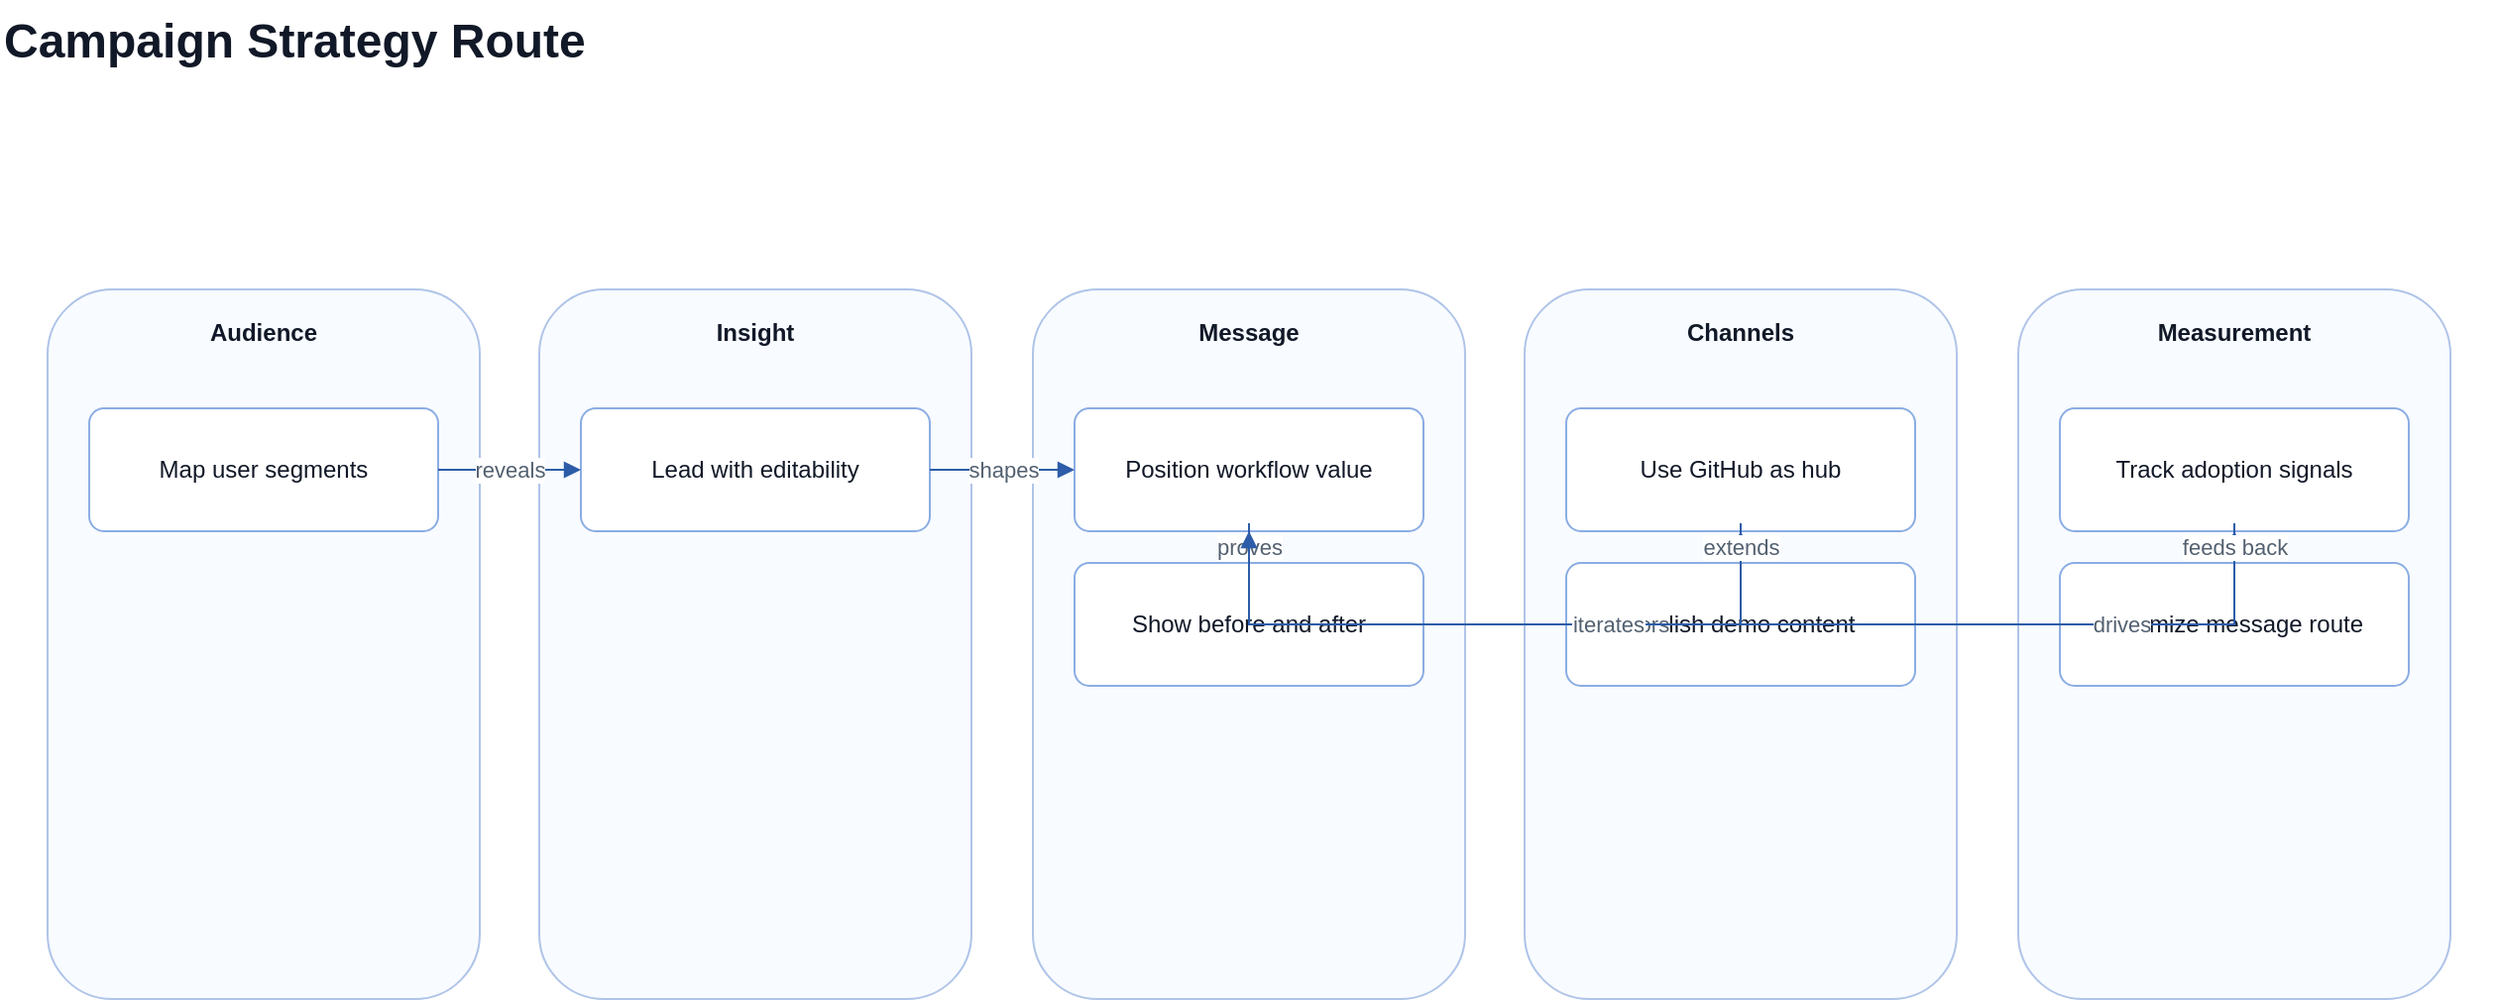
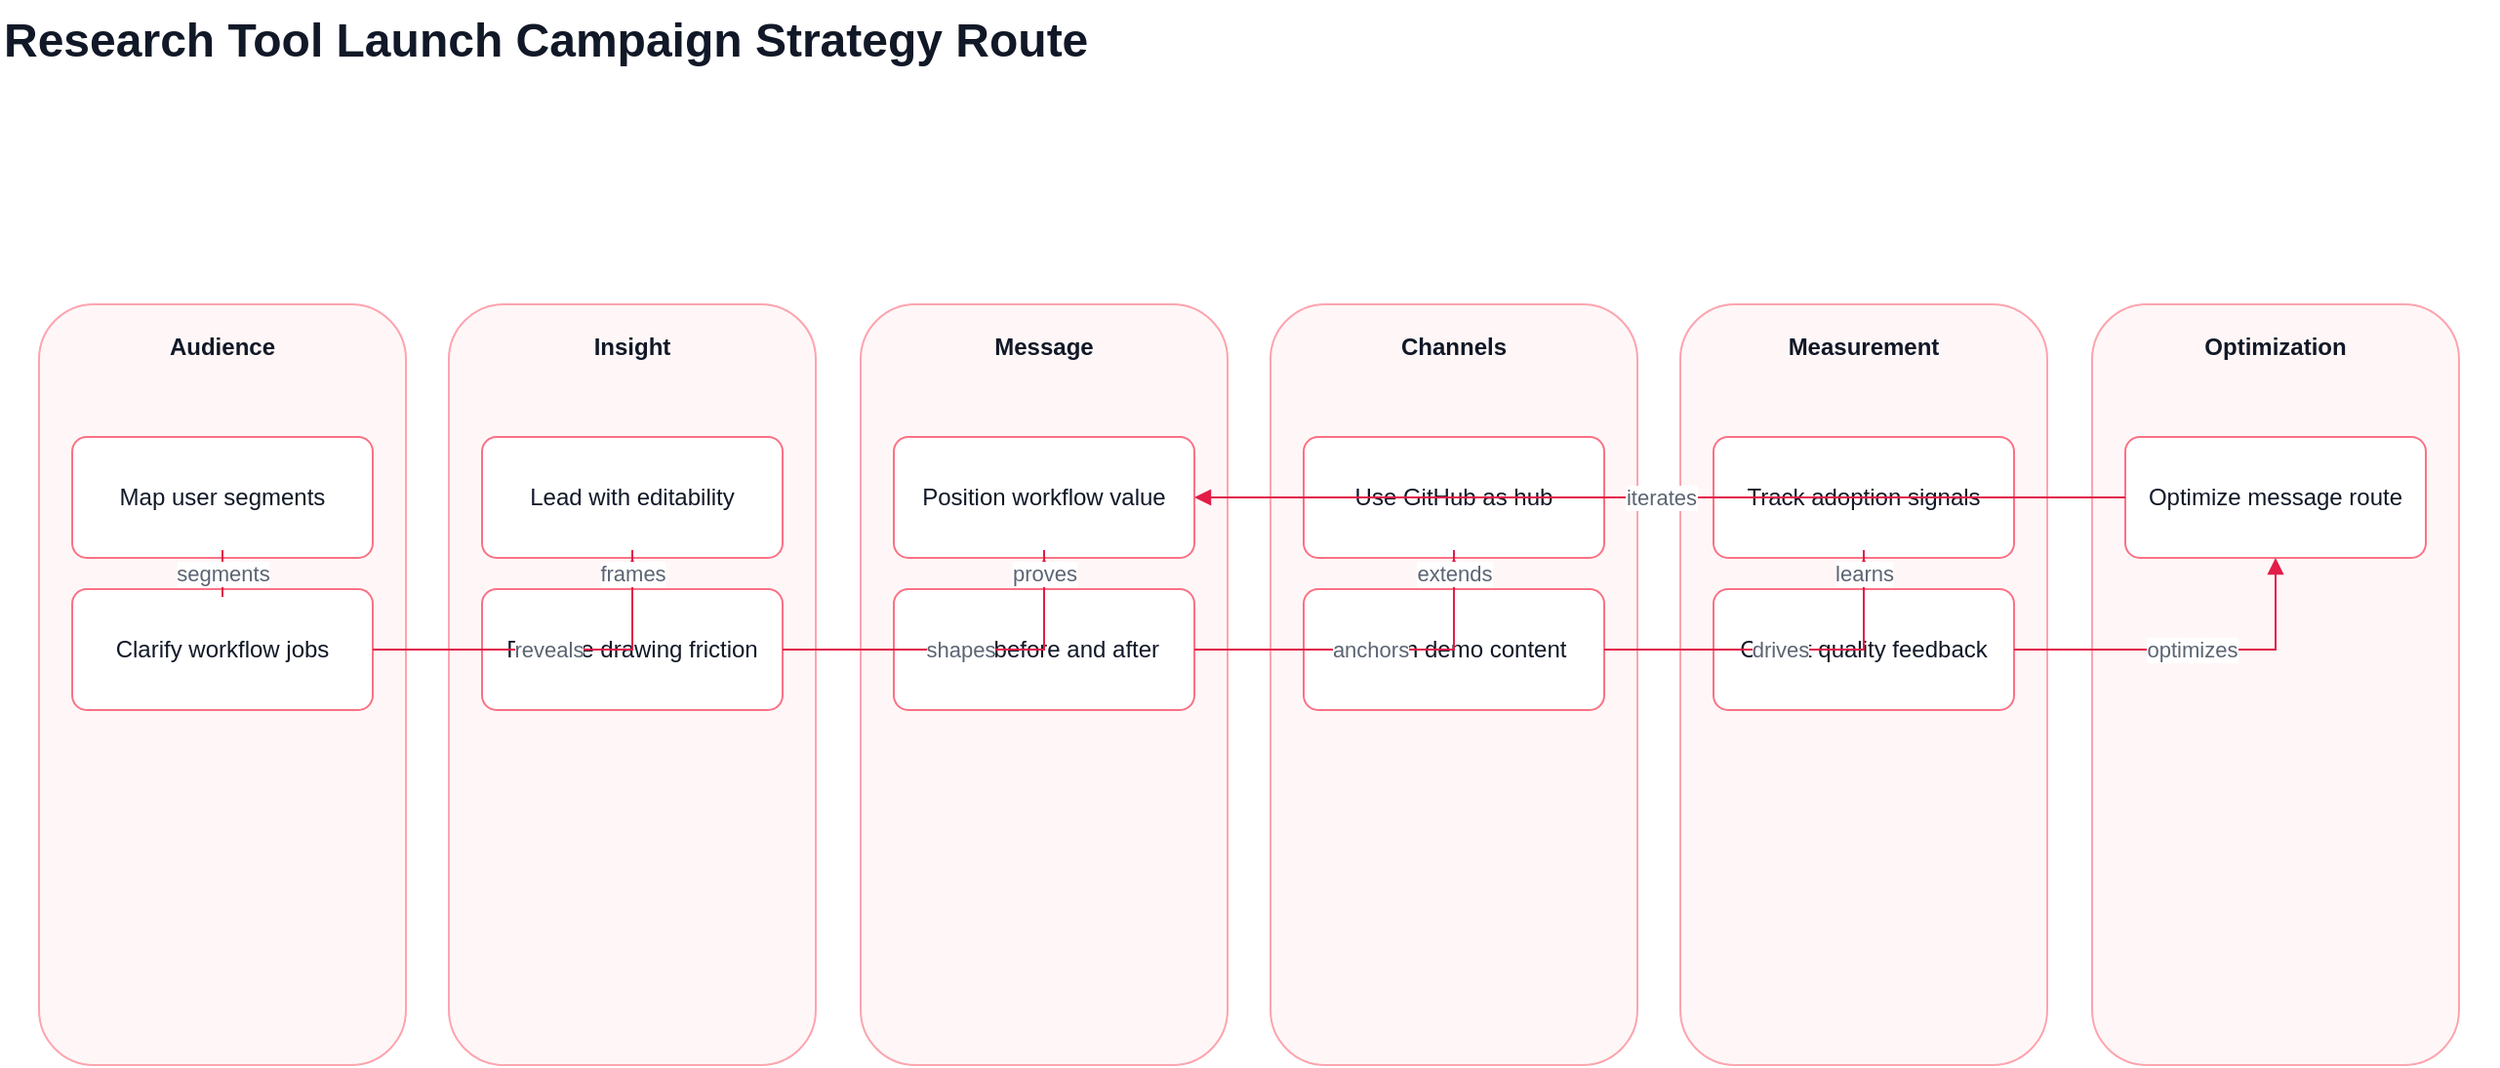
<mxfile host="app.diagrams.net" modified="2026-06-19T00:00:00.000Z" agent="tech-route-maker" version="24.7.8">
<diagram id="tech-route" name="Tech Route">
<mxGraphModel dx="1200" dy="800" grid="1" gridSize="10" guides="1" tooltips="1" connect="1" arrows="1" fold="1" page="1" pageScale="1" pageWidth="1600" pageHeight="900" math="0" shadow="0">
<root>
<mxCell id="0"/>
<mxCell id="1" parent="0"/>
- <mxCell id="title" value="Campaign Strategy Route" style="text;html=1;strokeColor=none;fillColor=none;fontSize=24;fontStyle=1;fontColor=#111827;" vertex="1" parent="1"><mxGeometry x="40" y="20" width="1260" height="40" as="geometry"/></mxCell>
- <mxCell id="stage_audience" value="Audience" style="rounded=1;whiteSpace=wrap;html=1;fillColor=#F8FBFF;strokeColor=#AFC4E8;fontColor=#111827;fontStyle=1;verticalAlign=top;spacingTop=8;" vertex="1" parent="1"><mxGeometry x="64" y="166" width="218" height="358" as="geometry"/></mxCell>
- <mxCell id="stage_insight" value="Insight" style="rounded=1;whiteSpace=wrap;html=1;fillColor=#F8FBFF;strokeColor=#AFC4E8;fontColor=#111827;fontStyle=1;verticalAlign=top;spacingTop=8;" vertex="1" parent="1"><mxGeometry x="312" y="166" width="218" height="358" as="geometry"/></mxCell>
- <mxCell id="stage_message" value="Message" style="rounded=1;whiteSpace=wrap;html=1;fillColor=#F8FBFF;strokeColor=#AFC4E8;fontColor=#111827;fontStyle=1;verticalAlign=top;spacingTop=8;" vertex="1" parent="1"><mxGeometry x="561" y="166" width="218" height="358" as="geometry"/></mxCell>
- <mxCell id="stage_channels" value="Channels" style="rounded=1;whiteSpace=wrap;html=1;fillColor=#F8FBFF;strokeColor=#AFC4E8;fontColor=#111827;fontStyle=1;verticalAlign=top;spacingTop=8;" vertex="1" parent="1"><mxGeometry x="809" y="166" width="218" height="358" as="geometry"/></mxCell>
- <mxCell id="stage_measurement" value="Measurement" style="rounded=1;whiteSpace=wrap;html=1;fillColor=#F8FBFF;strokeColor=#AFC4E8;fontColor=#111827;fontStyle=1;verticalAlign=top;spacingTop=8;" vertex="1" parent="1"><mxGeometry x="1058" y="166" width="218" height="358" as="geometry"/></mxCell>
- <mxCell id="audience_segments" value="Map user segments" tooltip="Target graduate students, lab managers, and academic teams with different workflow needs." style="rounded=1;whiteSpace=wrap;html=1;fillColor=#FFFFFF;strokeColor=#8BADE3;fontColor=#111827;arcSize=12;" vertex="1" parent="1"><mxGeometry x="85" y="226" width="176" height="62" as="geometry"/></mxCell>
- <mxCell id="insight_editable" value="Lead with editability" tooltip="Users trust outputs more when visuals remain editable and evidence-linked." style="rounded=1;whiteSpace=wrap;html=1;fillColor=#FFFFFF;strokeColor=#8BADE3;fontColor=#111827;arcSize=12;" vertex="1" parent="1"><mxGeometry x="333" y="226" width="176" height="62" as="geometry"/></mxCell>
- <mxCell id="message_positioning" value="Position workflow value" tooltip="Frame the product as agent-assisted source-to-editable-diagram workflow." style="rounded=1;whiteSpace=wrap;html=1;fillColor=#FFFFFF;strokeColor=#8BADE3;fontColor=#111827;arcSize=12;" vertex="1" parent="1"><mxGeometry x="582" y="226" width="176" height="62" as="geometry"/></mxCell>
- <mxCell id="message_proof" value="Show before and after" tooltip="Use problem hook, evidence-first promise, demo output, and use-case proof." style="rounded=1;whiteSpace=wrap;html=1;fillColor=#FFFFFF;strokeColor=#8BADE3;fontColor=#111827;arcSize=12;" vertex="1" parent="1"><mxGeometry x="582" y="304" width="176" height="62" as="geometry"/></mxCell>
- <mxCell id="channels_github" value="Use GitHub as hub" tooltip="Anchor the campaign in the README, examples, templates, and visible demo outputs." style="rounded=1;whiteSpace=wrap;html=1;fillColor=#FFFFFF;strokeColor=#8BADE3;fontColor=#111827;arcSize=12;" vertex="1" parent="1"><mxGeometry x="830" y="226" width="176" height="62" as="geometry"/></mxCell>
- <mxCell id="channels_content" value="Publish demo content" tooltip="Share short video, social posts, lab demo deck, and community templates." style="rounded=1;whiteSpace=wrap;html=1;fillColor=#FFFFFF;strokeColor=#8BADE3;fontColor=#111827;arcSize=12;" vertex="1" parent="1"><mxGeometry x="830" y="304" width="176" height="62" as="geometry"/></mxCell>
- <mxCell id="measurement_metrics" value="Track adoption signals" tooltip="Measure GitHub stars, demo runs, template downloads, issue feedback, and trials." style="rounded=1;whiteSpace=wrap;html=1;fillColor=#FFFFFF;strokeColor=#8BADE3;fontColor=#111827;arcSize=12;" vertex="1" parent="1"><mxGeometry x="1079" y="226" width="176" height="62" as="geometry"/></mxCell>
- <mxCell id="measurement_optimize" value="Optimize message route" tooltip="Refine messaging based on drop-off, issue themes, and output-quality feedback." style="rounded=1;whiteSpace=wrap;html=1;fillColor=#FFFFFF;strokeColor=#8BADE3;fontColor=#111827;arcSize=12;" vertex="1" parent="1"><mxGeometry x="1079" y="304" width="176" height="62" as="geometry"/></mxCell>
- <mxCell id="edge_1" value="reveals" style="edgeStyle=orthogonalEdgeStyle;rounded=0;orthogonalLoop=1;jettySize=auto;html=1;endArrow=block;endFill=1;strokeColor=#2D5CA8;fontColor=#526070;" edge="1" parent="1" source="audience_segments" target="insight_editable"><mxGeometry relative="1" as="geometry"/></mxCell>
- <mxCell id="edge_2" value="shapes" style="edgeStyle=orthogonalEdgeStyle;rounded=0;orthogonalLoop=1;jettySize=auto;html=1;endArrow=block;endFill=1;strokeColor=#2D5CA8;fontColor=#526070;" edge="1" parent="1" source="insight_editable" target="message_positioning"><mxGeometry relative="1" as="geometry"/></mxCell>
- <mxCell id="edge_3" value="proves" style="edgeStyle=orthogonalEdgeStyle;rounded=0;orthogonalLoop=1;jettySize=auto;html=1;endArrow=block;endFill=1;strokeColor=#2D5CA8;fontColor=#526070;" edge="1" parent="1" source="message_positioning" target="message_proof"><mxGeometry relative="1" as="geometry"/></mxCell>
- <mxCell id="edge_4" value="anchors" style="edgeStyle=orthogonalEdgeStyle;rounded=0;orthogonalLoop=1;jettySize=auto;html=1;endArrow=block;endFill=1;strokeColor=#2D5CA8;fontColor=#526070;" edge="1" parent="1" source="message_proof" target="channels_github"><mxGeometry relative="1" as="geometry"/></mxCell>
- <mxCell id="edge_5" value="extends" style="edgeStyle=orthogonalEdgeStyle;rounded=0;orthogonalLoop=1;jettySize=auto;html=1;endArrow=block;endFill=1;strokeColor=#2D5CA8;fontColor=#526070;" edge="1" parent="1" source="channels_github" target="channels_content"><mxGeometry relative="1" as="geometry"/></mxCell>
- <mxCell id="edge_6" value="drives" style="edgeStyle=orthogonalEdgeStyle;rounded=0;orthogonalLoop=1;jettySize=auto;html=1;endArrow=block;endFill=1;strokeColor=#2D5CA8;fontColor=#526070;" edge="1" parent="1" source="channels_content" target="measurement_metrics"><mxGeometry relative="1" as="geometry"/></mxCell>
- <mxCell id="edge_7" value="feeds back" style="edgeStyle=orthogonalEdgeStyle;rounded=0;orthogonalLoop=1;jettySize=auto;html=1;endArrow=block;endFill=1;strokeColor=#2D5CA8;fontColor=#526070;" edge="1" parent="1" source="measurement_metrics" target="measurement_optimize"><mxGeometry relative="1" as="geometry"/></mxCell>
- <mxCell id="edge_8" value="iterates" style="edgeStyle=orthogonalEdgeStyle;rounded=0;orthogonalLoop=1;jettySize=auto;html=1;endArrow=block;endFill=1;strokeColor=#2D5CA8;fontColor=#526070;" edge="1" parent="1" source="measurement_optimize" target="message_positioning"><mxGeometry relative="1" as="geometry"/></mxCell>
+ <mxCell id="title" value="Research Tool Launch Campaign Strategy Route" style="text;html=1;strokeColor=none;fillColor=none;fontSize=24;fontStyle=1;fontColor=#111827;" vertex="1" parent="1"><mxGeometry x="40" y="20" width="1280" height="40" as="geometry"/></mxCell>
+ <mxCell id="stage_audience" value="Audience" style="rounded=1;whiteSpace=wrap;html=1;fillColor=#FFF7F7;strokeColor=#FDA4AF;fontColor=#111827;fontStyle=1;verticalAlign=top;spacingTop=8;" vertex="1" parent="1"><mxGeometry x="60" y="176" width="188" height="390" as="geometry"/></mxCell>
+ <mxCell id="stage_insight" value="Insight" style="rounded=1;whiteSpace=wrap;html=1;fillColor=#FFF7F7;strokeColor=#FDA4AF;fontColor=#111827;fontStyle=1;verticalAlign=top;spacingTop=8;" vertex="1" parent="1"><mxGeometry x="270" y="176" width="188" height="390" as="geometry"/></mxCell>
+ <mxCell id="stage_message" value="Message" style="rounded=1;whiteSpace=wrap;html=1;fillColor=#FFF7F7;strokeColor=#FDA4AF;fontColor=#111827;fontStyle=1;verticalAlign=top;spacingTop=8;" vertex="1" parent="1"><mxGeometry x="481" y="176" width="188" height="390" as="geometry"/></mxCell>
+ <mxCell id="stage_channels" value="Channels" style="rounded=1;whiteSpace=wrap;html=1;fillColor=#FFF7F7;strokeColor=#FDA4AF;fontColor=#111827;fontStyle=1;verticalAlign=top;spacingTop=8;" vertex="1" parent="1"><mxGeometry x="691" y="176" width="188" height="390" as="geometry"/></mxCell>
+ <mxCell id="stage_measurement" value="Measurement" style="rounded=1;whiteSpace=wrap;html=1;fillColor=#FFF7F7;strokeColor=#FDA4AF;fontColor=#111827;fontStyle=1;verticalAlign=top;spacingTop=8;" vertex="1" parent="1"><mxGeometry x="901" y="176" width="188" height="390" as="geometry"/></mxCell>
+ <mxCell id="stage_optimization" value="Optimization" style="rounded=1;whiteSpace=wrap;html=1;fillColor=#FFF7F7;strokeColor=#FDA4AF;fontColor=#111827;fontStyle=1;verticalAlign=top;spacingTop=8;" vertex="1" parent="1"><mxGeometry x="1112" y="176" width="188" height="390" as="geometry"/></mxCell>
+ <mxCell id="audience_segments" value="Map user segments" tooltip="Target graduate students, lab managers, and academic teams with different workflow needs." style="rounded=1;whiteSpace=wrap;html=1;fillColor=#FFFFFF;strokeColor=#FB7185;fontColor=#111827;arcSize=12;" vertex="1" parent="1"><mxGeometry x="77" y="244" width="154" height="62" as="geometry"/></mxCell>
+ <mxCell id="audience_jobs" value="Clarify workflow jobs" tooltip="Separate paper figures, proposal routes, and team reporting needs." style="rounded=1;whiteSpace=wrap;html=1;fillColor=#FFFFFF;strokeColor=#FB7185;fontColor=#111827;arcSize=12;" vertex="1" parent="1"><mxGeometry x="77" y="322" width="154" height="62" as="geometry"/></mxCell>
+ <mxCell id="insight_editable" value="Lead with editability" tooltip="Users trust outputs more when visuals remain editable and evidence-linked." style="rounded=1;whiteSpace=wrap;html=1;fillColor=#FFFFFF;strokeColor=#FB7185;fontColor=#111827;arcSize=12;" vertex="1" parent="1"><mxGeometry x="287" y="244" width="154" height="62" as="geometry"/></mxCell>
+ <mxCell id="insight_friction" value="Remove drawing friction" tooltip="Show how source material becomes a usable route without manual redrawing." style="rounded=1;whiteSpace=wrap;html=1;fillColor=#FFFFFF;strokeColor=#FB7185;fontColor=#111827;arcSize=12;" vertex="1" parent="1"><mxGeometry x="287" y="322" width="154" height="62" as="geometry"/></mxCell>
+ <mxCell id="message_positioning" value="Position workflow value" tooltip="Frame the product as source-to-editable-diagram workflow." style="rounded=1;whiteSpace=wrap;html=1;fillColor=#FFFFFF;strokeColor=#FB7185;fontColor=#111827;arcSize=12;" vertex="1" parent="1"><mxGeometry x="498" y="244" width="154" height="62" as="geometry"/></mxCell>
+ <mxCell id="message_proof" value="Show before and after" tooltip="Use problem hook, evidence-first promise, demo output, and use-case proof." style="rounded=1;whiteSpace=wrap;html=1;fillColor=#FFFFFF;strokeColor=#FB7185;fontColor=#111827;arcSize=12;" vertex="1" parent="1"><mxGeometry x="498" y="322" width="154" height="62" as="geometry"/></mxCell>
+ <mxCell id="channels_github" value="Use GitHub as hub" tooltip="Anchor the campaign in README, examples, templates, and visible demo outputs." style="rounded=1;whiteSpace=wrap;html=1;fillColor=#FFFFFF;strokeColor=#FB7185;fontColor=#111827;arcSize=12;" vertex="1" parent="1"><mxGeometry x="708" y="244" width="154" height="62" as="geometry"/></mxCell>
+ <mxCell id="channels_content" value="Publish demo content" tooltip="Share short video, social posts, lab demo deck, and community templates." style="rounded=1;whiteSpace=wrap;html=1;fillColor=#FFFFFF;strokeColor=#FB7185;fontColor=#111827;arcSize=12;" vertex="1" parent="1"><mxGeometry x="708" y="322" width="154" height="62" as="geometry"/></mxCell>
+ <mxCell id="measurement_metrics" value="Track adoption signals" tooltip="Measure stars, demo runs, template downloads, issue feedback, and trials." style="rounded=1;whiteSpace=wrap;html=1;fillColor=#FFFFFF;strokeColor=#FB7185;fontColor=#111827;arcSize=12;" vertex="1" parent="1"><mxGeometry x="918" y="244" width="154" height="62" as="geometry"/></mxCell>
+ <mxCell id="measurement_feedback" value="Collect quality feedback" tooltip="Classify layout, output-format, and user onboarding issues." style="rounded=1;whiteSpace=wrap;html=1;fillColor=#FFFFFF;strokeColor=#FB7185;fontColor=#111827;arcSize=12;" vertex="1" parent="1"><mxGeometry x="918" y="322" width="154" height="62" as="geometry"/></mxCell>
+ <mxCell id="optimization_route" value="Optimize message route" tooltip="Refine messaging based on drop-off, issue themes, and output-quality feedback." style="rounded=1;whiteSpace=wrap;html=1;fillColor=#FFFFFF;strokeColor=#FB7185;fontColor=#111827;arcSize=12;" vertex="1" parent="1"><mxGeometry x="1129" y="244" width="154" height="62" as="geometry"/></mxCell>
+ <mxCell id="edge_1" value="segments" style="edgeStyle=orthogonalEdgeStyle;rounded=0;orthogonalLoop=1;jettySize=auto;html=1;endArrow=block;endFill=1;strokeColor=#E11D48;fontColor=#5B6472;" edge="1" parent="1" source="audience_segments" target="audience_jobs"><mxGeometry relative="1" as="geometry"/></mxCell>
+ <mxCell id="edge_2" value="reveals" style="edgeStyle=orthogonalEdgeStyle;rounded=0;orthogonalLoop=1;jettySize=auto;html=1;endArrow=block;endFill=1;strokeColor=#E11D48;fontColor=#5B6472;" edge="1" parent="1" source="audience_jobs" target="insight_editable"><mxGeometry relative="1" as="geometry"/></mxCell>
+ <mxCell id="edge_3" value="frames" style="edgeStyle=orthogonalEdgeStyle;rounded=0;orthogonalLoop=1;jettySize=auto;html=1;endArrow=block;endFill=1;strokeColor=#E11D48;fontColor=#5B6472;" edge="1" parent="1" source="insight_editable" target="insight_friction"><mxGeometry relative="1" as="geometry"/></mxCell>
+ <mxCell id="edge_4" value="shapes" style="edgeStyle=orthogonalEdgeStyle;rounded=0;orthogonalLoop=1;jettySize=auto;html=1;endArrow=block;endFill=1;strokeColor=#E11D48;fontColor=#5B6472;" edge="1" parent="1" source="insight_friction" target="message_positioning"><mxGeometry relative="1" as="geometry"/></mxCell>
+ <mxCell id="edge_5" value="proves" style="edgeStyle=orthogonalEdgeStyle;rounded=0;orthogonalLoop=1;jettySize=auto;html=1;endArrow=block;endFill=1;strokeColor=#E11D48;fontColor=#5B6472;" edge="1" parent="1" source="message_positioning" target="message_proof"><mxGeometry relative="1" as="geometry"/></mxCell>
+ <mxCell id="edge_6" value="anchors" style="edgeStyle=orthogonalEdgeStyle;rounded=0;orthogonalLoop=1;jettySize=auto;html=1;endArrow=block;endFill=1;strokeColor=#E11D48;fontColor=#5B6472;" edge="1" parent="1" source="message_proof" target="channels_github"><mxGeometry relative="1" as="geometry"/></mxCell>
+ <mxCell id="edge_7" value="extends" style="edgeStyle=orthogonalEdgeStyle;rounded=0;orthogonalLoop=1;jettySize=auto;html=1;endArrow=block;endFill=1;strokeColor=#E11D48;fontColor=#5B6472;" edge="1" parent="1" source="channels_github" target="channels_content"><mxGeometry relative="1" as="geometry"/></mxCell>
+ <mxCell id="edge_8" value="drives" style="edgeStyle=orthogonalEdgeStyle;rounded=0;orthogonalLoop=1;jettySize=auto;html=1;endArrow=block;endFill=1;strokeColor=#E11D48;fontColor=#5B6472;" edge="1" parent="1" source="channels_content" target="measurement_metrics"><mxGeometry relative="1" as="geometry"/></mxCell>
+ <mxCell id="edge_9" value="learns" style="edgeStyle=orthogonalEdgeStyle;rounded=0;orthogonalLoop=1;jettySize=auto;html=1;endArrow=block;endFill=1;strokeColor=#E11D48;fontColor=#5B6472;" edge="1" parent="1" source="measurement_metrics" target="measurement_feedback"><mxGeometry relative="1" as="geometry"/></mxCell>
+ <mxCell id="edge_10" value="optimizes" style="edgeStyle=orthogonalEdgeStyle;rounded=0;orthogonalLoop=1;jettySize=auto;html=1;endArrow=block;endFill=1;strokeColor=#E11D48;fontColor=#5B6472;" edge="1" parent="1" source="measurement_feedback" target="optimization_route"><mxGeometry relative="1" as="geometry"/></mxCell>
+ <mxCell id="edge_11" value="iterates" style="edgeStyle=orthogonalEdgeStyle;rounded=0;orthogonalLoop=1;jettySize=auto;html=1;endArrow=block;endFill=1;strokeColor=#E11D48;fontColor=#5B6472;" edge="1" parent="1" source="optimization_route" target="message_positioning"><mxGeometry relative="1" as="geometry"/></mxCell>
</root>
</mxGraphModel>
</diagram>
</mxfile>